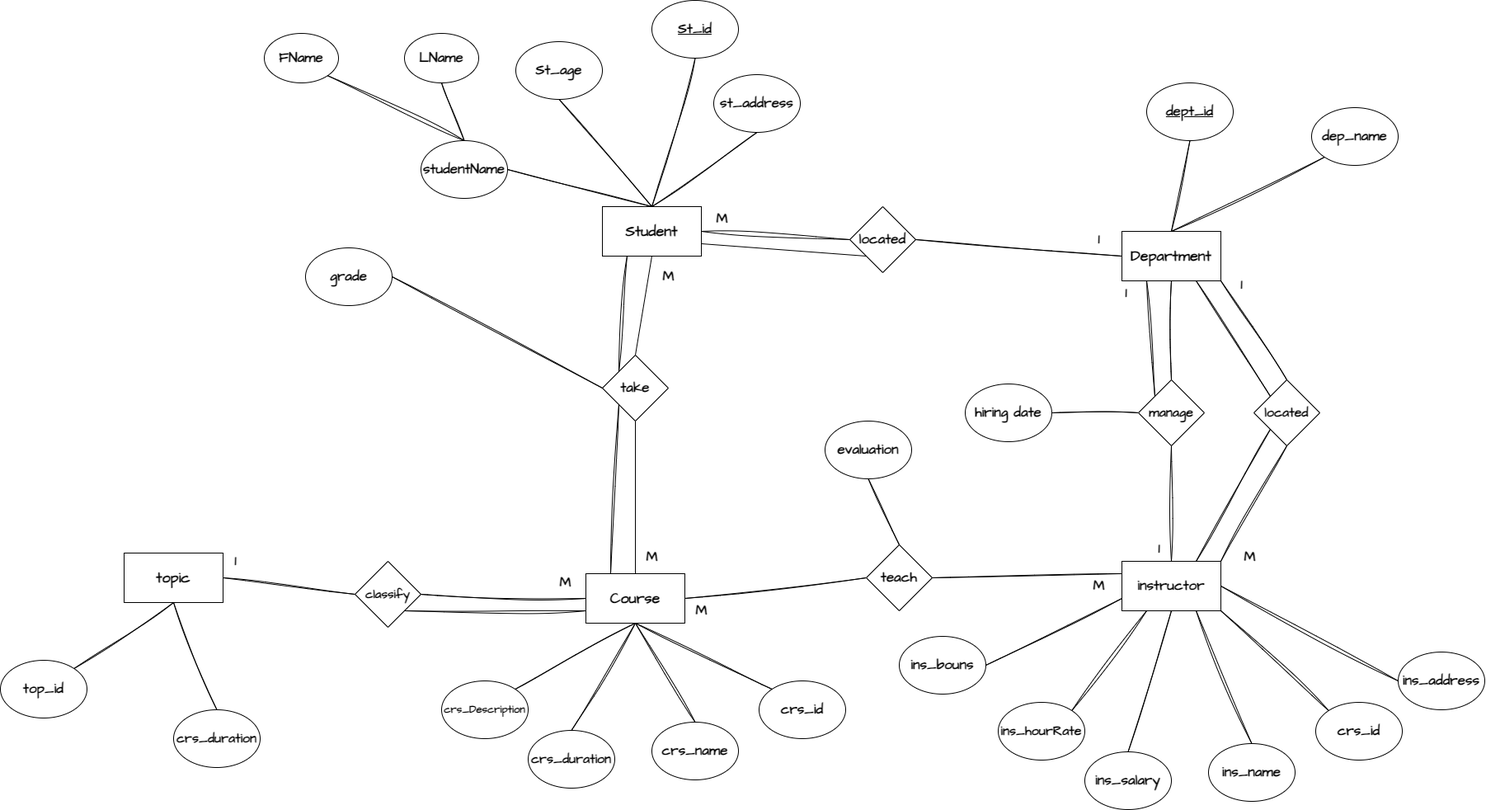
Earlier version of the draw.io export ERDs/Erd1.png (you22ef/ERDs). Source tidied: cells renumbered, new cells last; positions are measured from the earlier drawing's top-left corner, leaving out a move shared by most shapes.
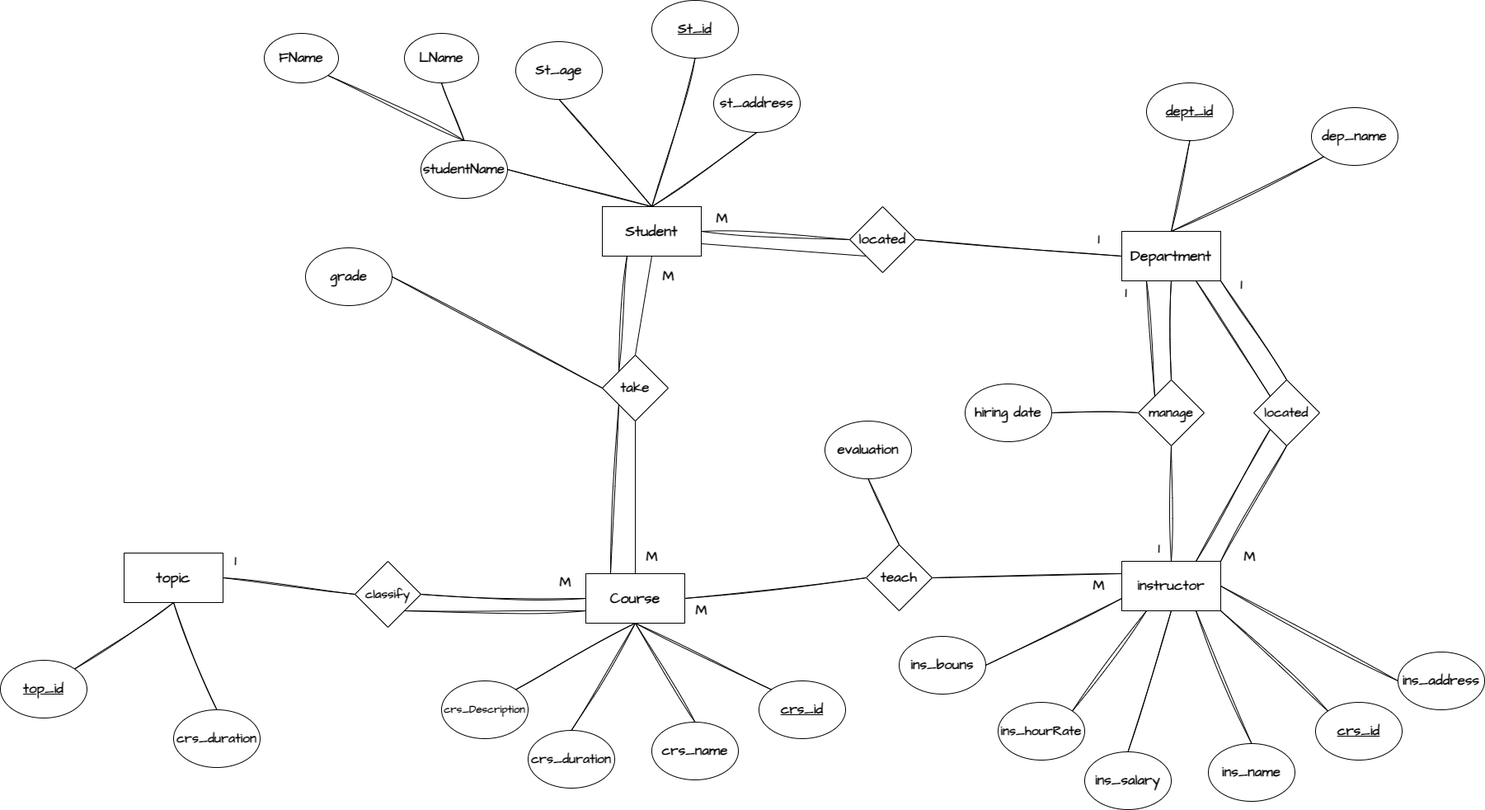
After the commit.

The edit, as a diff of the source:
```diff
@@ -59,7 +59,7 @@
     <mxCell id="20" value="&lt;font face=&quot;Architects Daughter&quot; style=&quot;font-size: 18px;&quot;&gt;&lt;b&gt;Course&lt;/b&gt;&lt;/font&gt;" style="rounded=0;whiteSpace=wrap;html=1;" parent="1" vertex="1">
       <mxGeometry x="710" y="695" width="120" height="60" as="geometry" />
     </mxCell>
-    <mxCell id="21" value="&lt;span id=&quot;docs-internal-guid-43af0681-7fff-e2c8-2b23-7273ec991136&quot;&gt;&lt;span style=&quot;background-color: transparent; font-variant-numeric: normal; font-variant-east-asian: normal; font-variant-alternates: normal; font-variant-position: normal; vertical-align: baseline; white-space-collapse: preserve;&quot;&gt;&lt;font face=&quot;Architects Daughter&quot; style=&quot;font-size: 17px;&quot;&gt;&lt;b&gt;crs_id&lt;/b&gt;&lt;/font&gt;&lt;/span&gt;&lt;/span&gt;" style="ellipse;whiteSpace=wrap;html=1;" parent="1" vertex="1">
+    <mxCell id="21" value="&lt;span id=&quot;docs-internal-guid-43af0681-7fff-e2c8-2b23-7273ec991136&quot;&gt;&lt;span style=&quot;background-color: transparent; font-variant-numeric: normal; font-variant-east-asian: normal; font-variant-alternates: normal; font-variant-position: normal; vertical-align: baseline; white-space-collapse: preserve;&quot;&gt;&lt;font face=&quot;Architects Daughter&quot; style=&quot;font-size: 17px;&quot;&gt;&lt;b&gt;&lt;u&gt;crs_id&lt;/u&gt;&lt;/b&gt;&lt;/font&gt;&lt;/span&gt;&lt;/span&gt;" style="ellipse;whiteSpace=wrap;html=1;" parent="1" vertex="1">
       <mxGeometry x="920" y="825" width="105" height="70" as="geometry" />
     </mxCell>
     <mxCell id="22" value="&lt;span id=&quot;docs-internal-guid-01ee29d6-7fff-484d-0e62-19239c2329ea&quot;&gt;&lt;span style=&quot;background-color: transparent; font-variant-numeric: normal; font-variant-east-asian: normal; font-variant-alternates: normal; font-variant-position: normal; vertical-align: baseline; white-space-collapse: preserve;&quot;&gt;&lt;font face=&quot;Architects Daughter&quot; style=&quot;font-size: 17px;&quot;&gt;&lt;b&gt;crs_name&lt;/b&gt;&lt;/font&gt;&lt;/span&gt;&lt;/span&gt;" style="ellipse;whiteSpace=wrap;html=1;" parent="1" vertex="1">
@@ -103,7 +103,7 @@
     <mxCell id="34" value="&lt;font face=&quot;Architects Daughter&quot; style=&quot;font-size: 17px;&quot;&gt;&lt;b&gt;instructor&lt;/b&gt;&lt;/font&gt;" style="rounded=0;whiteSpace=wrap;html=1;" parent="1" vertex="1">
       <mxGeometry x="1360" y="680" width="120" height="60" as="geometry" />
     </mxCell>
-    <mxCell id="35" value="&lt;span id=&quot;docs-internal-guid-43af0681-7fff-e2c8-2b23-7273ec991136&quot;&gt;&lt;span style=&quot;background-color: transparent; font-variant-numeric: normal; font-variant-east-asian: normal; font-variant-alternates: normal; font-variant-position: normal; vertical-align: baseline; white-space-collapse: preserve;&quot;&gt;&lt;font face=&quot;Architects Daughter&quot; style=&quot;font-size: 17px;&quot;&gt;&lt;b&gt;crs_id&lt;/b&gt;&lt;/font&gt;&lt;/span&gt;&lt;/span&gt;" style="ellipse;whiteSpace=wrap;html=1;" parent="1" vertex="1">
+    <mxCell id="35" value="&lt;span id=&quot;docs-internal-guid-43af0681-7fff-e2c8-2b23-7273ec991136&quot;&gt;&lt;span style=&quot;background-color: transparent; font-variant-numeric: normal; font-variant-east-asian: normal; font-variant-alternates: normal; font-variant-position: normal; vertical-align: baseline; white-space-collapse: preserve;&quot;&gt;&lt;font face=&quot;Architects Daughter&quot; style=&quot;font-size: 17px;&quot;&gt;&lt;b&gt;&lt;u&gt;crs_id&lt;/u&gt;&lt;/b&gt;&lt;/font&gt;&lt;/span&gt;&lt;/span&gt;" style="ellipse;whiteSpace=wrap;html=1;" parent="1" vertex="1">
       <mxGeometry x="1595" y="851" width="105" height="70" as="geometry" />
     </mxCell>
     <mxCell id="36" value="&lt;span id=&quot;docs-internal-guid-5c3fe531-7fff-c0d1-a7ba-443e3d9e94f5&quot;&gt;&lt;span style=&quot;background-color: transparent; font-variant-numeric: normal; font-variant-east-asian: normal; font-variant-alternates: normal; font-variant-position: normal; vertical-align: baseline; white-space-collapse: preserve;&quot;&gt;&lt;font face=&quot;Architects Daughter&quot; style=&quot;font-size: 17px;&quot;&gt;&lt;b&gt;ins_name&lt;/b&gt;&lt;/font&gt;&lt;/span&gt;&lt;/span&gt;" style="ellipse;whiteSpace=wrap;html=1;" parent="1" vertex="1">
@@ -172,7 +172,7 @@
     <mxCell id="57" value="&lt;span id=&quot;docs-internal-guid-2c935f62-7fff-73f3-4a3a-77eb24b86415&quot;&gt;&lt;span style=&quot;background-color: transparent; font-variant-numeric: normal; font-variant-east-asian: normal; font-variant-alternates: normal; font-variant-position: normal; vertical-align: baseline; white-space-collapse: preserve;&quot;&gt;&lt;font size=&quot;1&quot; face=&quot;Architects Daughter&quot; style=&quot;&quot;&gt;&lt;b style=&quot;font-size: 16px;&quot;&gt;crs_duration&lt;/b&gt;&lt;/font&gt;&lt;/span&gt;&lt;/span&gt;" style="ellipse;whiteSpace=wrap;html=1;" parent="1" vertex="1">
       <mxGeometry x="210" y="860" width="105" height="70" as="geometry" />
     </mxCell>
-    <mxCell id="58" value="&lt;span id=&quot;docs-internal-guid-dbc2118c-7fff-fab5-85fc-dde1d70e0203&quot;&gt;&lt;span style=&quot;background-color: transparent; font-variant-numeric: normal; font-variant-east-asian: normal; font-variant-alternates: normal; font-variant-position: normal; vertical-align: baseline; white-space-collapse: preserve;&quot;&gt;&lt;font face=&quot;Architects Daughter&quot; style=&quot;font-size: 17px;&quot;&gt;&lt;b&gt;top_id&lt;/b&gt;&lt;/font&gt;&lt;/span&gt;&lt;/span&gt;" style="ellipse;whiteSpace=wrap;html=1;" parent="1" vertex="1">
+    <mxCell id="58" value="&lt;span id=&quot;docs-internal-guid-dbc2118c-7fff-fab5-85fc-dde1d70e0203&quot;&gt;&lt;span style=&quot;background-color: transparent; font-variant-numeric: normal; font-variant-east-asian: normal; font-variant-alternates: normal; font-variant-position: normal; vertical-align: baseline; white-space-collapse: preserve;&quot;&gt;&lt;font face=&quot;Architects Daughter&quot; style=&quot;font-size: 17px;&quot;&gt;&lt;b&gt;&lt;u&gt;top_id&lt;/u&gt;&lt;/b&gt;&lt;/font&gt;&lt;/span&gt;&lt;/span&gt;" style="ellipse;whiteSpace=wrap;html=1;" parent="1" vertex="1">
       <mxGeometry y="800" width="105" height="70" as="geometry" />
     </mxCell>
     <mxCell id="59" style="endArrow=none;html=1;rounded=0;exitX=0.5;exitY=1;exitDx=0;exitDy=0;entryX=0.5;entryY=0;entryDx=0;entryDy=0;sketch=1;curveFitting=1;jiggle=2;" parent="1" edge="1" source="56" target="57">
```
